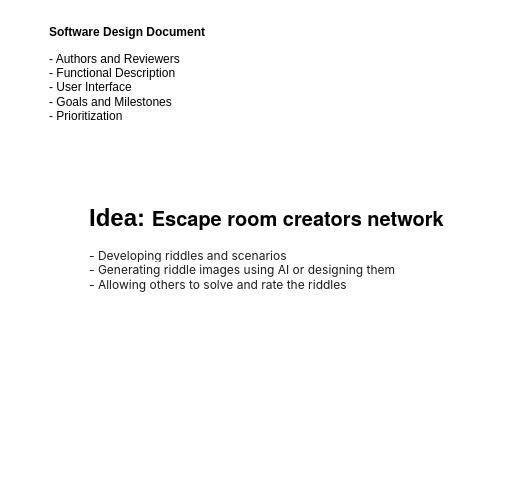
Above: jigsaw.drawio in esa-kian/jigsaw (draw.io), before the change. Source tidied: cells renumbered, new cells numbered last; positions are measured from the earlier drawing's top-left corner, leaving out a move shared by most shapes. Both pictures are drawn from the tidied source at 100%, with x=0, y=0 at pixel (17, 17).
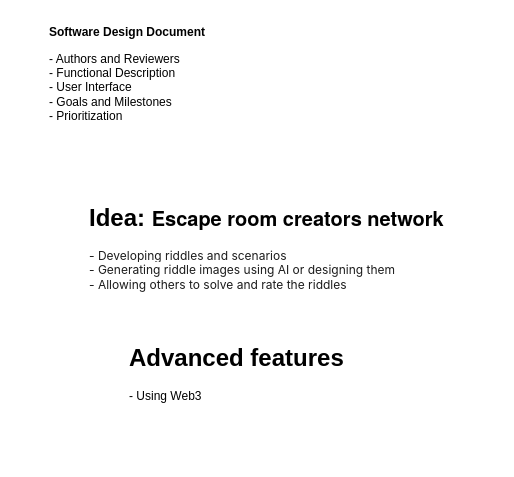
After the change.

Commit message:
SDD Advanced features

Change to the diagram source:
```diff
@@
 <mxGraphModel>
   <root>
     <mxCell id="0" />
     <mxCell id="1" parent="0" />
     <mxCell id="2" value="Software Design Document" style="text;strokeColor=none;align=center;fillColor=none;html=1;verticalAlign=middle;whiteSpace=wrap;rounded=0;fontStyle=1;" parent="1" vertex="1">
       <mxGeometry width="220" height="30" as="geometry" />
     </mxCell>
     <mxCell id="3" value="- Authors and Reviewers&lt;div&gt;- Functional Description&lt;/div&gt;&lt;div&gt;- User Interface&lt;/div&gt;&lt;div&gt;- Goals and Milestones&lt;/div&gt;&lt;div&gt;- Prioritization&lt;/div&gt;" style="text;html=1;align=left;verticalAlign=middle;whiteSpace=wrap;rounded=0;" parent="1" vertex="1">
       <mxGeometry x="30" y="10" width="240" height="120" as="geometry" />
     </mxCell>
     <mxCell id="4" value="&lt;h1 style=&quot;margin-top: 0px;&quot;&gt;&lt;span style=&quot;background-color: initial;&quot;&gt;Idea:&amp;nbsp;&lt;/span&gt;&lt;b style=&quot;font-family: &amp;quot;Helvetica Neue&amp;quot;; font-size: 20px; background-color: initial;&quot;&gt;Escape room creators network&lt;span class=&quot;Apple-converted-space&quot;&gt;&amp;nbsp;&lt;/span&gt;&lt;/b&gt;&lt;/h1&gt;&lt;div style=&quot;&quot;&gt;&lt;span style=&quot;color: rgb(28, 28, 28); font-family: Inter, sans-serif; white-space-collapse: break-spaces; background-color: rgb(255, 255, 255);&quot;&gt;- Developing riddles and scenarios&lt;br&gt;- Generating riddle images using AI or designing them&lt;br&gt;- Allowing others to solve and rate the riddles&lt;/span&gt;&lt;br&gt;&lt;/div&gt;" style="text;html=1;whiteSpace=wrap;overflow=hidden;rounded=0;" parent="1" vertex="1">
       <mxGeometry x="70" y="180" width="410" height="120" as="geometry" />
     </mxCell>
+    <mxCell id="5" value="&lt;h1 style=&quot;margin-top: 0px;&quot;&gt;Advanced features&lt;/h1&gt;&lt;p&gt;- Using Web3&lt;/p&gt;" style="text;html=1;whiteSpace=wrap;overflow=hidden;rounded=0;" parent="1" vertex="1">
+      <mxGeometry x="110" y="320" width="330" height="120" as="geometry" />
+    </mxCell>
   </root>
 </mxGraphModel>
```
